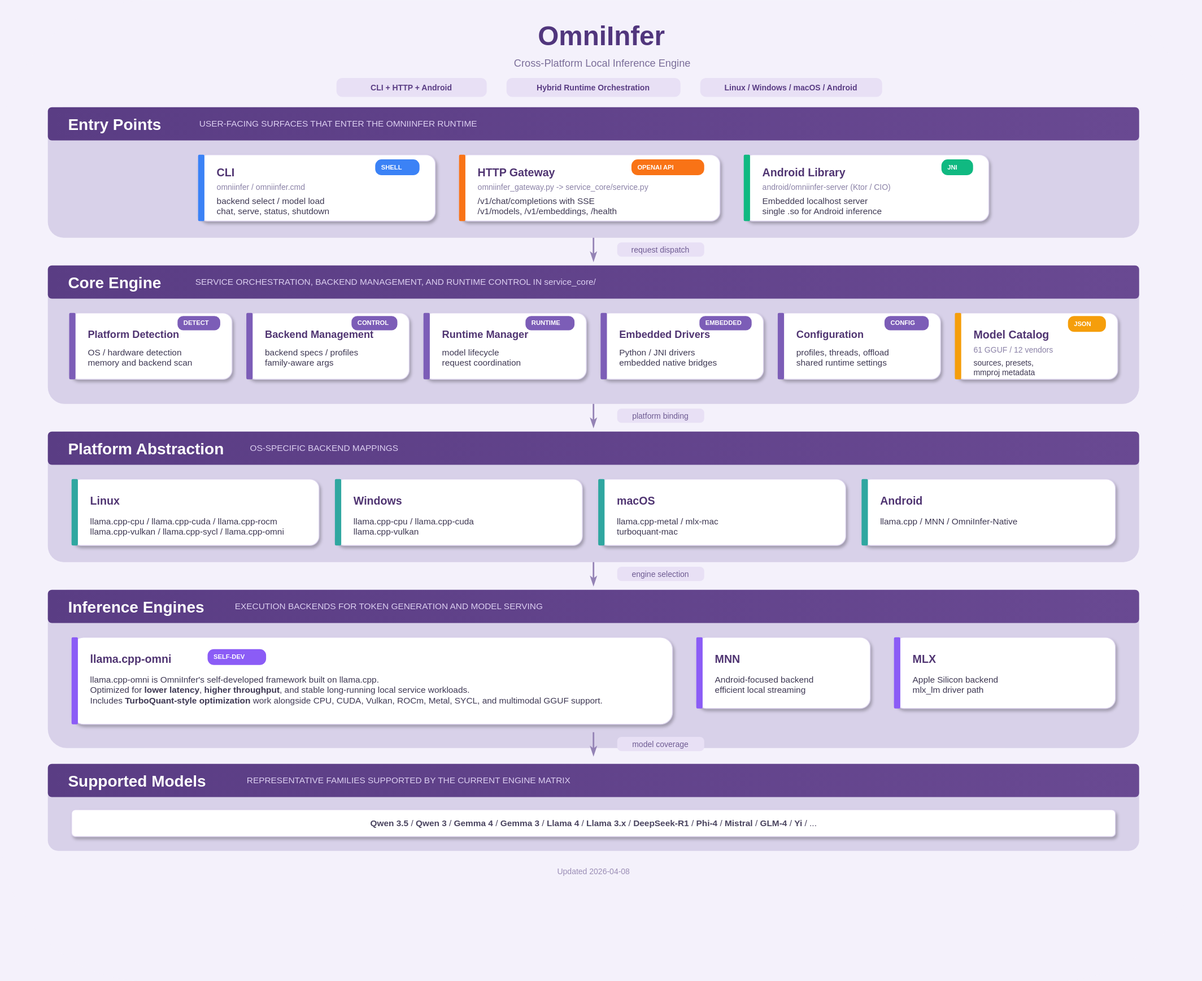
Above: docs/architecture.drawio.svg in omnimind-ai/OmniInfer (draw.io), before the change. Source tidied: cells renumbered, new cells last; positions are measured from the earlier drawing's top-left corner, leaving out a move shared by most shapes.
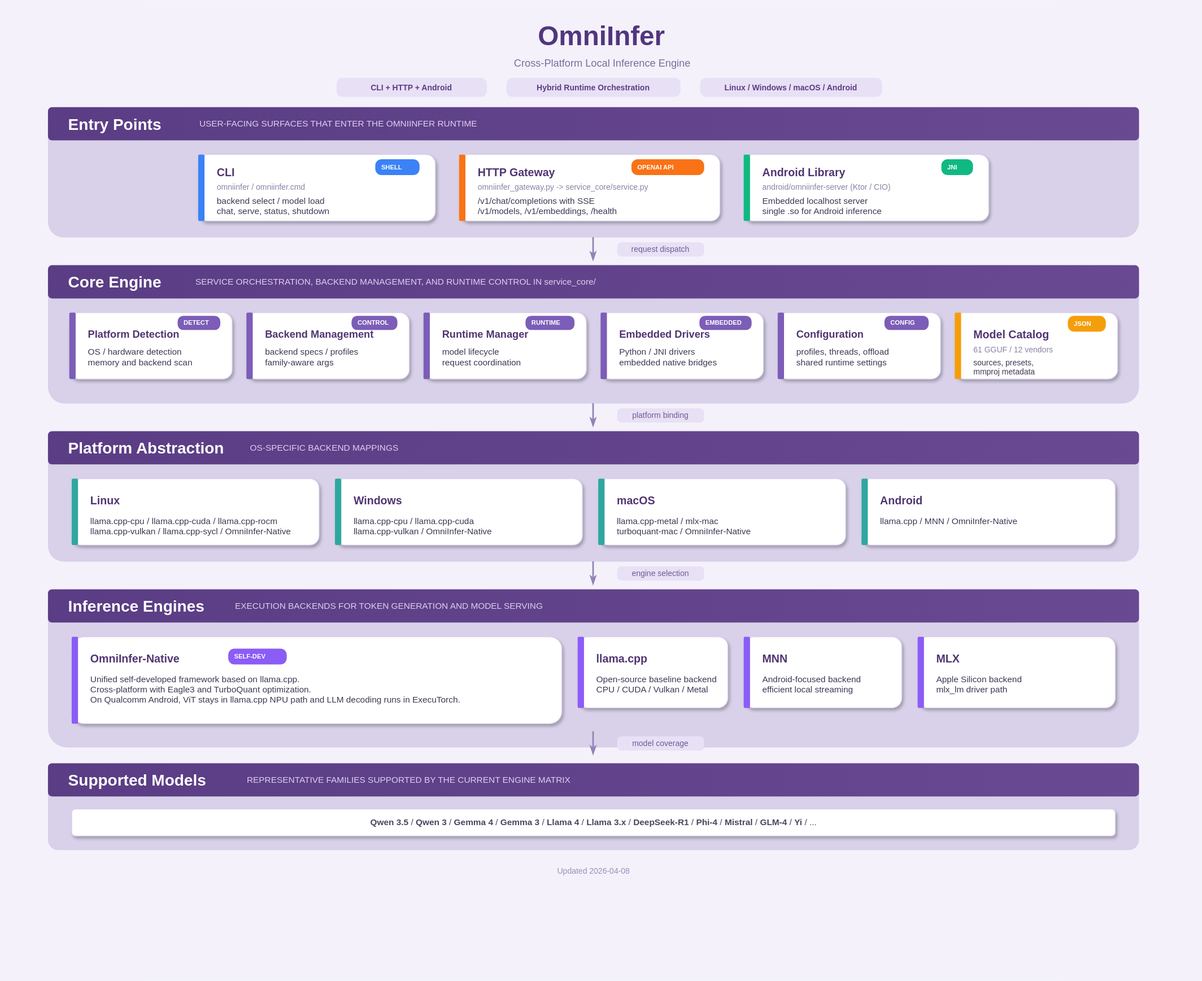
The same diagram one commit later.

Commit message:
docs: refresh architecture diagram

Change to the diagram source:
```diff
@@ -230,7 +230,7 @@
     <mxCell id="75" value="&lt;b&gt;Linux&lt;/b&gt;" style="text;html=1;align=left;verticalAlign=top;fontSize=14;fontColor=#503572;" parent="1" vertex="1">
       <mxGeometry x="112" y="618" width="80" height="20" as="geometry" />
     </mxCell>
-    <mxCell id="76" value="llama.cpp-cpu / llama.cpp-cuda / llama.cpp-rocm&lt;br&gt;llama.cpp-vulkan / llama.cpp-sycl / llama.cpp-omni" style="text;html=1;align=left;verticalAlign=top;fontSize=11;fontColor=#3E3853;" parent="1" vertex="1">
+    <mxCell id="76" value="llama.cpp-cpu / llama.cpp-cuda / llama.cpp-rocm&lt;br&gt;llama.cpp-vulkan / llama.cpp-sycl / OmniInfer-Native" style="text;html=1;align=left;verticalAlign=top;fontSize=11;fontColor=#3E3853;" parent="1" vertex="1">
       <mxGeometry x="112" y="646" width="275" height="30" as="geometry" />
     </mxCell>
     <mxCell id="77" style="rounded=1;whiteSpace=wrap;html=1;fillColor=#FFFFFF;strokeColor=#D9D0EB;strokeWidth=1;shadow=1;arcSize=14;" parent="1" vertex="1">
@@ -242,7 +242,7 @@
     <mxCell id="79" value="&lt;b&gt;Windows&lt;/b&gt;" style="text;html=1;align=left;verticalAlign=top;fontSize=14;fontColor=#503572;" parent="1" vertex="1">
       <mxGeometry x="445" y="618" width="90" height="20" as="geometry" />
     </mxCell>
-    <mxCell id="80" value="llama.cpp-cpu / llama.cpp-cuda&lt;br&gt;llama.cpp-vulkan" style="text;html=1;align=left;verticalAlign=top;fontSize=11;fontColor=#3E3853;" parent="1" vertex="1">
+    <mxCell id="80" value="llama.cpp-cpu / llama.cpp-cuda&lt;br&gt;llama.cpp-vulkan / OmniInfer-Native" style="text;html=1;align=left;verticalAlign=top;fontSize=11;fontColor=#3E3853;" parent="1" vertex="1">
       <mxGeometry x="445" y="646" width="250" height="30" as="geometry" />
     </mxCell>
     <mxCell id="81" style="rounded=1;whiteSpace=wrap;html=1;fillColor=#FFFFFF;strokeColor=#D9D0EB;strokeWidth=1;shadow=1;arcSize=14;" parent="1" vertex="1">
@@ -254,7 +254,7 @@
     <mxCell id="83" value="&lt;b&gt;macOS&lt;/b&gt;" style="text;html=1;align=left;verticalAlign=top;fontSize=14;fontColor=#503572;" parent="1" vertex="1">
       <mxGeometry x="778" y="618" width="80" height="20" as="geometry" />
     </mxCell>
-    <mxCell id="84" value="llama.cpp-metal / mlx-mac&lt;br&gt;turboquant-mac" style="text;html=1;align=left;verticalAlign=top;fontSize=11;fontColor=#3E3853;" parent="1" vertex="1">
+    <mxCell id="84" value="llama.cpp-metal / mlx-mac&lt;br&gt;turboquant-mac / OmniInfer-Native" style="text;html=1;align=left;verticalAlign=top;fontSize=11;fontColor=#3E3853;" parent="1" vertex="1">
       <mxGeometry x="778" y="646" width="250" height="30" as="geometry" />
     </mxCell>
     <mxCell id="85" style="rounded=1;whiteSpace=wrap;html=1;fillColor=#FFFFFF;strokeColor=#D9D0EB;strokeWidth=1;shadow=1;arcSize=14;" parent="1" vertex="1">
@@ -291,43 +291,55 @@
       <mxGeometry x="295" y="755" width="515" height="22" as="geometry" />
     </mxCell>
     <mxCell id="95" style="rounded=1;whiteSpace=wrap;html=1;fillColor=#FFFFFF;strokeColor=#D9D0EB;strokeWidth=1;shadow=1;arcSize=14;" parent="1" vertex="1">
-      <mxGeometry x="90" y="805" width="760" height="110" as="geometry" />
+      <mxGeometry x="90" y="805" width="620" height="110" as="geometry" />
     </mxCell>
     <mxCell id="96" style="rounded=1;whiteSpace=wrap;html=1;fillColor=#8B5CF6;strokeColor=none;arcSize=20;" parent="1" vertex="1">
       <mxGeometry x="90" y="805" width="8" height="110" as="geometry" />
     </mxCell>
-    <mxCell id="97" value="&lt;b&gt;llama.cpp-omni&lt;/b&gt;" style="text;html=1;align=left;verticalAlign=top;fontSize=14;fontColor=#503572;" parent="1" vertex="1">
-      <mxGeometry x="112" y="818" width="180" height="20" as="geometry" />
+    <mxCell id="97" value="&lt;b&gt;OmniInfer-Native&lt;/b&gt;" style="text;html=1;align=left;verticalAlign=top;fontSize=14;fontColor=#503572;" parent="1" vertex="1">
+      <mxGeometry x="112" y="818" width="220" height="20" as="geometry" />
     </mxCell>
     <mxCell id="98" value="SELF-DEV" style="label;fontStyle=1;fontSize=8;fontColor=#FFFFFF;fillColor=#8B5CF6;rounded=1;arcSize=40;strokeColor=none;spacingLeft=6;spacingRight=6;" parent="1" vertex="1">
-      <mxGeometry x="262" y="820" width="74" height="20" as="geometry" />
+      <mxGeometry x="288" y="820" width="74" height="20" as="geometry" />
     </mxCell>
-    <mxCell id="99" value="llama.cpp-omni is OmniInfer's self-developed framework built on llama.cpp.&lt;br&gt;Optimized for &lt;b&gt;lower latency&lt;/b&gt;, &lt;b&gt;higher throughput&lt;/b&gt;, and stable long-running local service workloads.&lt;br&gt;Includes &lt;b&gt;TurboQuant-style optimization&lt;/b&gt; work alongside CPU, CUDA, Vulkan, ROCm, Metal, SYCL, and multimodal GGUF support." style="text;html=1;align=left;verticalAlign=top;fontSize=11;fontColor=#3E3853;" parent="1" vertex="1">
-      <mxGeometry x="112" y="846" width="700" height="50" as="geometry" />
+    <mxCell id="99" value="Unified self-developed framework based on llama.cpp.&lt;br&gt;Cross-platform with Eagle3 and TurboQuant optimization.&lt;br&gt;On Qualcomm Android, ViT stays in llama.cpp NPU path and LLM decoding runs in ExecuTorch." style="text;html=1;align=left;verticalAlign=top;fontSize=11;fontColor=#3E3853;" parent="1" vertex="1">
+      <mxGeometry x="112" y="846" width="560" height="50" as="geometry" />
     </mxCell>
+    <mxCell id="117" style="rounded=1;whiteSpace=wrap;html=1;fillColor=#FFFFFF;strokeColor=#D9D0EB;strokeWidth=1;shadow=1;arcSize=14;" parent="1" vertex="1">
+      <mxGeometry x="730" y="805" width="190" height="90" as="geometry" />
+    </mxCell>
+    <mxCell id="118" style="rounded=1;whiteSpace=wrap;html=1;fillColor=#8B5CF6;strokeColor=none;arcSize=20;" parent="1" vertex="1">
+      <mxGeometry x="730" y="805" width="8" height="90" as="geometry" />
+    </mxCell>
+    <mxCell id="119" value="&lt;b&gt;llama.cpp&lt;/b&gt;" style="text;html=1;align=left;verticalAlign=top;fontSize=14;fontColor=#503572;" parent="1" vertex="1">
+      <mxGeometry x="752" y="818" width="100" height="20" as="geometry" />
+    </mxCell>
+    <mxCell id="120" value="Open-source baseline backend&lt;br&gt;CPU / CUDA / Vulkan / Metal" style="text;html=1;align=left;verticalAlign=top;fontSize=11;fontColor=#3E3853;" parent="1" vertex="1">
+      <mxGeometry x="752" y="846" width="150" height="30" as="geometry" />
+    </mxCell>
     <mxCell id="100" style="rounded=1;whiteSpace=wrap;html=1;fillColor=#FFFFFF;strokeColor=#D9D0EB;strokeWidth=1;shadow=1;arcSize=14;" parent="1" vertex="1">
-      <mxGeometry x="880" y="805" width="220" height="90" as="geometry" />
+      <mxGeometry x="940" y="805" width="200" height="90" as="geometry" />
     </mxCell>
     <mxCell id="101" style="rounded=1;whiteSpace=wrap;html=1;fillColor=#8B5CF6;strokeColor=none;arcSize=20;" parent="1" vertex="1">
-      <mxGeometry x="880" y="805" width="8" height="90" as="geometry" />
+      <mxGeometry x="940" y="805" width="8" height="90" as="geometry" />
     </mxCell>
     <mxCell id="102" value="&lt;b&gt;MNN&lt;/b&gt;" style="text;html=1;align=left;verticalAlign=top;fontSize=14;fontColor=#503572;" parent="1" vertex="1">
-      <mxGeometry x="902" y="818" width="60" height="20" as="geometry" />
+      <mxGeometry x="962" y="818" width="60" height="20" as="geometry" />
     </mxCell>
     <mxCell id="103" value="Android-focused backend&lt;br&gt;efficient local streaming" style="text;html=1;align=left;verticalAlign=top;fontSize=11;fontColor=#3E3853;" parent="1" vertex="1">
-      <mxGeometry x="902" y="846" width="170" height="30" as="geometry" />
+      <mxGeometry x="962" y="846" width="150" height="30" as="geometry" />
     </mxCell>
     <mxCell id="104" style="rounded=1;whiteSpace=wrap;html=1;fillColor=#FFFFFF;strokeColor=#D9D0EB;strokeWidth=1;shadow=1;arcSize=14;" parent="1" vertex="1">
-      <mxGeometry x="1130" y="805" width="280" height="90" as="geometry" />
+      <mxGeometry x="1160" y="805" width="250" height="90" as="geometry" />
     </mxCell>
     <mxCell id="105" style="rounded=1;whiteSpace=wrap;html=1;fillColor=#8B5CF6;strokeColor=none;arcSize=20;" parent="1" vertex="1">
-      <mxGeometry x="1130" y="805" width="8" height="90" as="geometry" />
+      <mxGeometry x="1160" y="805" width="8" height="90" as="geometry" />
     </mxCell>
     <mxCell id="106" value="&lt;b&gt;MLX&lt;/b&gt;" style="text;html=1;align=left;verticalAlign=top;fontSize=14;fontColor=#503572;" parent="1" vertex="1">
-      <mxGeometry x="1152" y="818" width="60" height="20" as="geometry" />
+      <mxGeometry x="1182" y="818" width="60" height="20" as="geometry" />
     </mxCell>
     <mxCell id="107" value="Apple Silicon backend&lt;br&gt;mlx_lm driver path" style="text;html=1;align=left;verticalAlign=top;fontSize=11;fontColor=#3E3853;" parent="1" vertex="1">
-      <mxGeometry x="1152" y="846" width="180" height="30" as="geometry" />
+      <mxGeometry x="1182" y="846" width="170" height="30" as="geometry" />
     </mxCell>
     <mxCell id="108" style="endArrow=classicThin;html=1;strokeColor=#9483B5;strokeWidth=2;rounded=1;" parent="1" edge="1">
       <mxGeometry relative="1" as="geometry">
```
